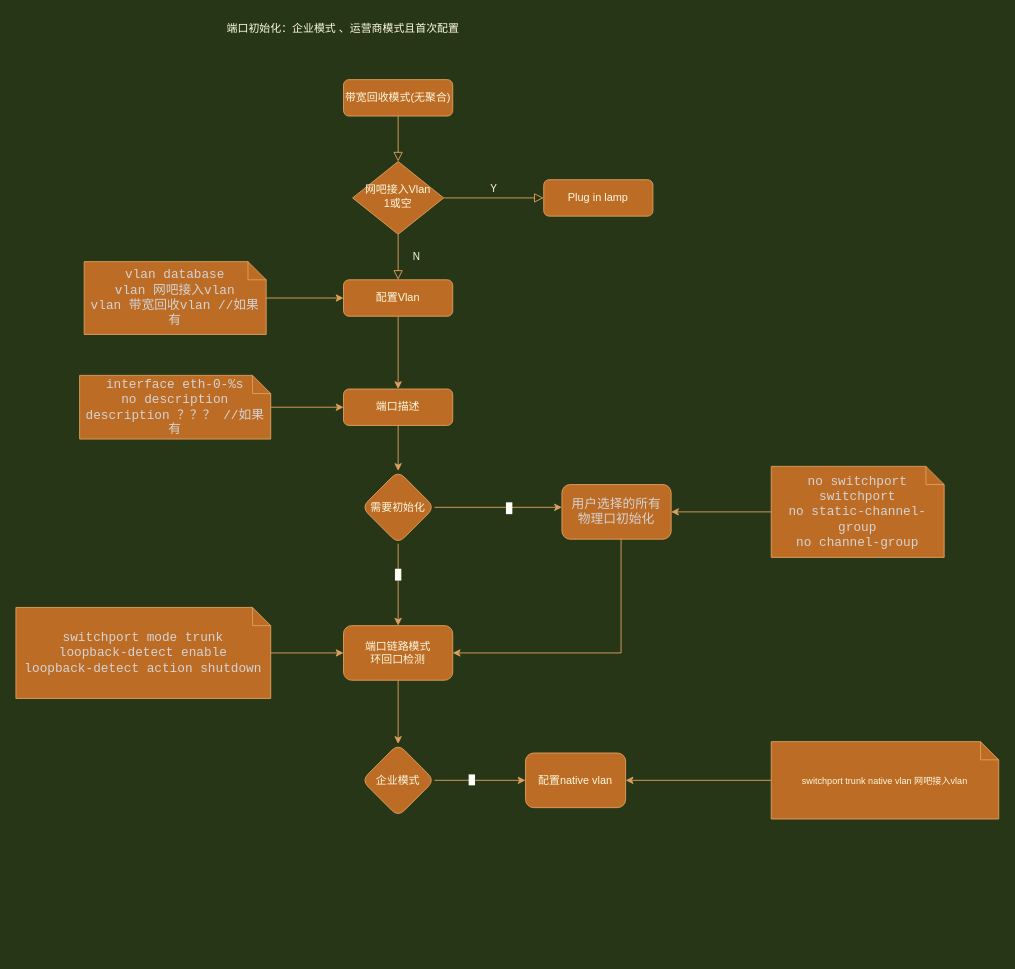
The draw.io diagram 未命名绘图.drawio in guyuegan/note, before the edit. Source tidied: cells renumbered, new cells numbered last; positions are measured from the earlier drawing's top-left corner, leaving out a move shared by most shapes. Both pictures are drawn from the tidied source at 91%, with x=0, y=0 at pixel (15, 15).
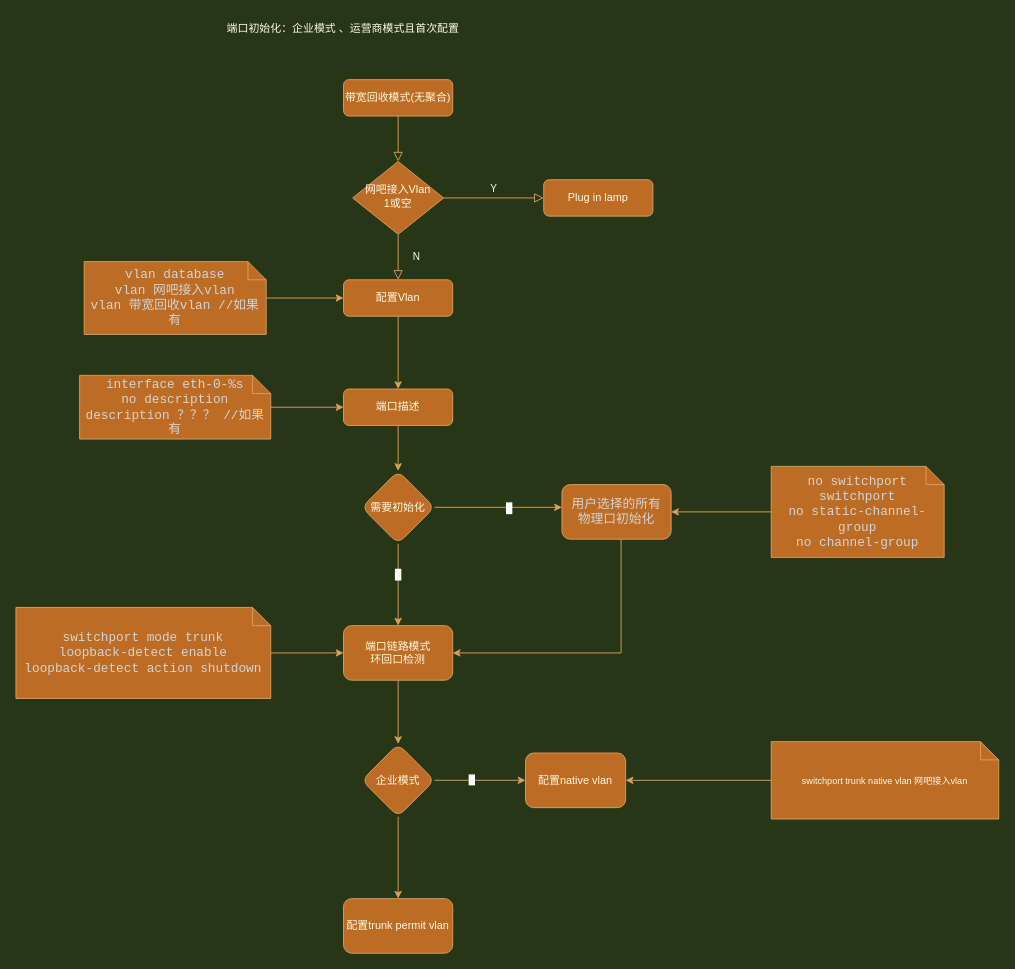
Above is the later version.

Commit message:
更新未命名绘图.drawio

The change refers to these unchanged cells:
```xml
<mxCell id="32" value="企业模式" style="rhombus;whiteSpace=wrap;html=1;fillColor=#BC6C25;strokeColor=#DDA15E;fontColor=#FEFAE0;rounded=1;" parent="1" vertex="1">
  <mxGeometry x="380" y="800" width="80" height="80" as="geometry" />
</mxCell>
```

Diff of the diagram source:
```diff
@@
+    <mxCell id="36" style="edgeStyle=orthogonalEdgeStyle;rounded=0;jettySize=auto;html=1;strokeColor=#DDA15E;fontSize=10;fontColor=#FEFAE0;fillColor=#BC6C25;" parent="1" edge="1" source="32" target="37">
+      <mxGeometry relative="1" as="geometry" />
+    </mxCell>
@@
+    <mxCell id="37" value="配置trunk permit vlan" style="whiteSpace=wrap;html=1;fillColor=#BC6C25;strokeColor=#DDA15E;fontColor=#FEFAE0;rounded=1;" parent="1" vertex="1">
+      <mxGeometry x="360" y="970" width="120" height="60" as="geometry" />
+    </mxCell>
```
